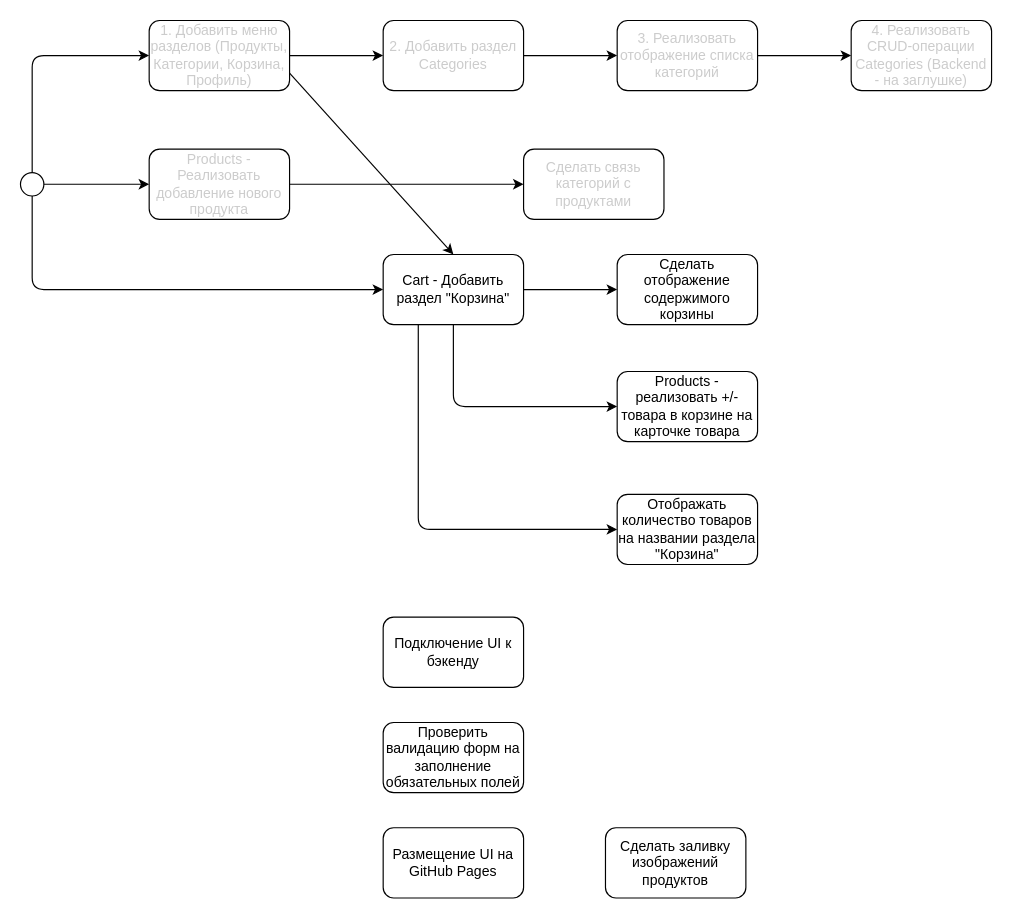
alexanderpono/ponomarenko-alex-otus keeps this draw.io diagram as react-2025-08/react-2025-08-hw16-shop/doc/netGraph.drawio. Above is the earlier version. Source tidied: cells renumbered, new cells numbered last; positions are measured from the earlier drawing's top-left corner, leaving out a move shared by most shapes. Both pictures are drawn from the tidied source at 117%, with x=0, y=0 at pixel (20, 20).
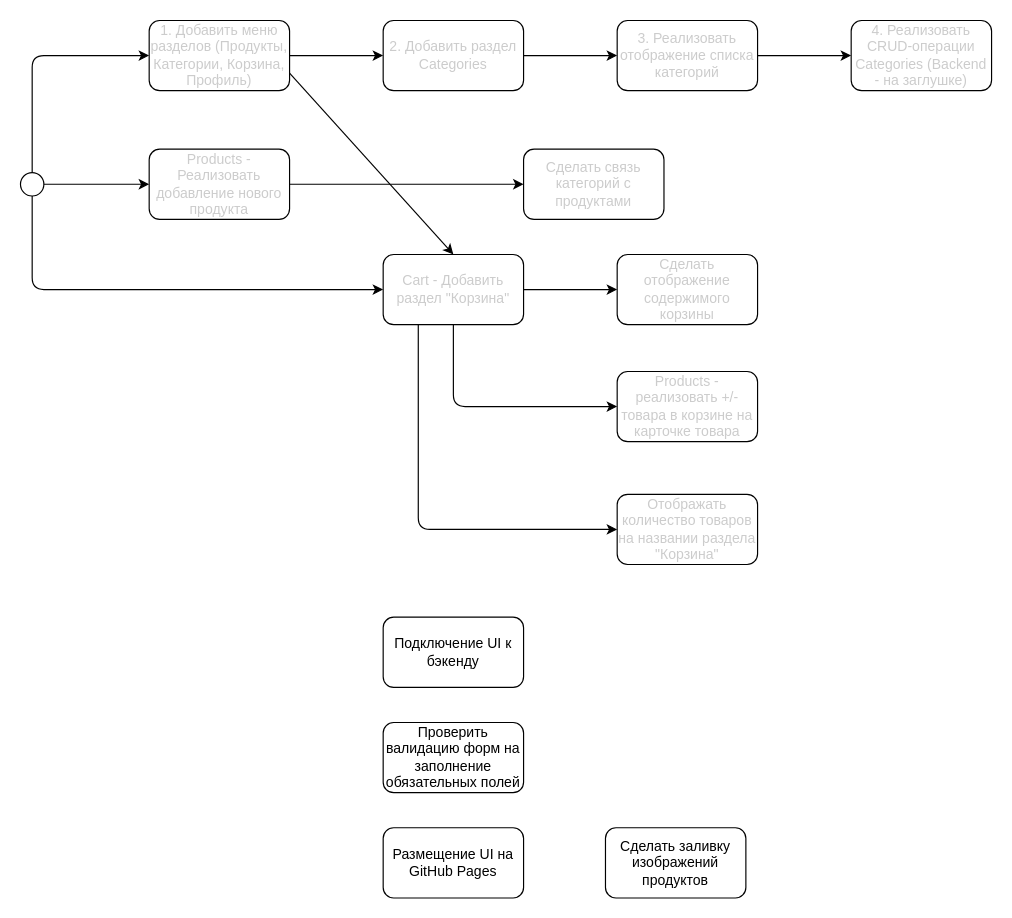
The same page after the edit.

The edit, as a diff of the source:
```diff
@@
-    <mxCell id="14" value="Cart - Добавить раздел &quot;Корзина&quot;" style="rounded=1;whiteSpace=wrap;html=1;" parent="1" vertex="1">
+    <mxCell id="14" value="Cart - Добавить раздел &quot;Корзина&quot;" style="rounded=1;whiteSpace=wrap;html=1;fontColor=#CCCCCC;" parent="1" vertex="1">
       <mxGeometry x="310" y="200" width="120" height="60" as="geometry" />
     </mxCell>
-    <mxCell id="15" value="Сделать отображение содержимого корзины" style="rounded=1;whiteSpace=wrap;html=1;" parent="1" vertex="1">
+    <mxCell id="15" value="Сделать отображение содержимого корзины" style="rounded=1;whiteSpace=wrap;html=1;fontColor=#CCCCCC;" parent="1" vertex="1">
       <mxGeometry x="510" y="200" width="120" height="60" as="geometry" />
     </mxCell>
-    <mxCell id="16" value="&lt;span style=&quot;color: rgb(0, 0, 0);&quot;&gt;Products - р&lt;/span&gt;еализовать +/- товара в корзине на карточке товара" style="rounded=1;whiteSpace=wrap;html=1;" parent="1" vertex="1">
+    <mxCell id="16" value="&lt;span style=&quot;&quot;&gt;Products - р&lt;/span&gt;еализовать +/- товара в корзине на карточке товара" style="rounded=1;whiteSpace=wrap;html=1;fontColor=#CCCCCC;" parent="1" vertex="1">
       <mxGeometry x="510" y="300" width="120" height="60" as="geometry" />
     </mxCell>
@@
-    <mxCell id="18" value="Отображать количество товаров на названии раздела &quot;Корзина&quot;" style="rounded=1;whiteSpace=wrap;html=1;" parent="1" vertex="1">
+    <mxCell id="18" value="Отображать количество товаров на названии раздела &quot;Корзина&quot;" style="rounded=1;whiteSpace=wrap;html=1;fontColor=#CCCCCC;" parent="1" vertex="1">
       <mxGeometry x="510" y="405" width="120" height="60" as="geometry" />
     </mxCell>
```
